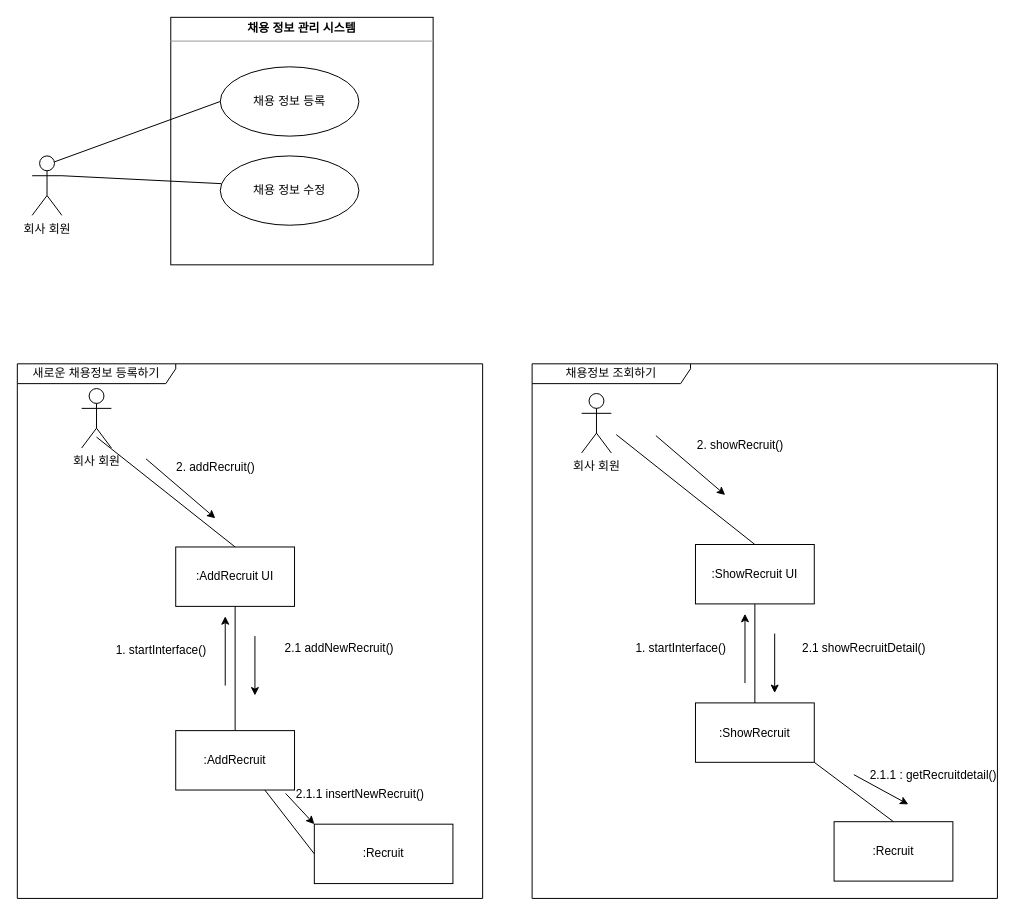
Earlier version of the draw.io diagram docu/CommunicationDiagramHw3_B711151_이창현.drawio (2ch42/SEHW3). Source tidied: cells renumbered, new cells numbered last; positions are measured from the earlier drawing's top-left corner, leaving out a move shared by most shapes. Both pictures are drawn from the tidied source at 99%, with x=0, y=0 at pixel (17, 17).
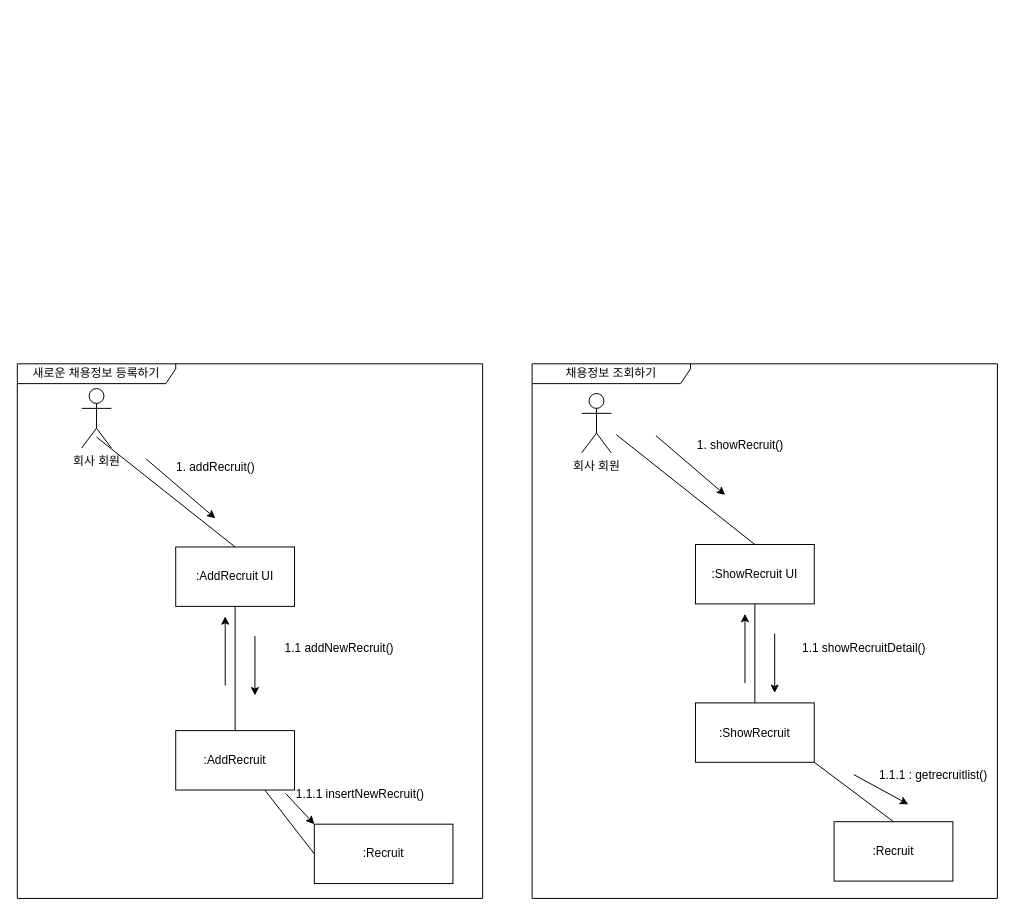
After the change.

What changed in the source:
```diff
@@
-    <mxCell id="2" value="&lt;p style=&quot;margin:0px;margin-top:4px;text-align:center;&quot;&gt;&lt;b&gt;채용 정보 관리 시스템&lt;/b&gt;&lt;/p&gt;&lt;hr size=&quot;1&quot;&gt;&lt;div style=&quot;height:2px;&quot;&gt;&lt;/div&gt;" style="verticalAlign=top;align=left;overflow=fill;fontSize=12;fontFamily=Helvetica;html=1;whiteSpace=wrap;" parent="1" vertex="1">
-      <mxGeometry x="155" width="265" height="250" as="geometry" />
-    </mxCell>
-    <mxCell id="3" value="회사 회원" style="shape=umlActor;verticalLabelPosition=bottom;verticalAlign=top;html=1;" parent="1" vertex="1">
-      <mxGeometry x="15" y="140" width="30" height="60" as="geometry" />
-    </mxCell>
-    <mxCell id="4" value="채용 정보 등록" style="ellipse;whiteSpace=wrap;html=1;" parent="1" vertex="1">
-      <mxGeometry x="205" y="50" width="140" height="70" as="geometry" />
-    </mxCell>
-    <mxCell id="5" value="채용 정보 수정" style="ellipse;whiteSpace=wrap;html=1;" parent="1" vertex="1">
-      <mxGeometry x="205" y="140" width="140" height="70" as="geometry" />
-    </mxCell>
-    <mxCell id="6" style="endArrow=none;html=1;rounded=0;entryX=0;entryY=0.5;entryDx=0;entryDy=0;exitX=0.75;exitY=0.1;exitDx=0;exitDy=0;exitPerimeter=0;" parent="1" edge="1" source="3" target="4">
-      <mxGeometry relative="1" as="geometry" />
-    </mxCell>
-    <mxCell id="7" style="endArrow=none;html=1;rounded=0;entryX=0.007;entryY=0.4;entryDx=0;entryDy=0;entryPerimeter=0;exitX=1;exitY=0.3333333333333333;exitDx=0;exitDy=0;exitPerimeter=0;" parent="1" edge="1" source="3" target="5">
-      <mxGeometry relative="1" as="geometry" />
-    </mxCell>
@@
-    <mxCell id="17" value="1. startInterface()" style="text;html=1;align=center;verticalAlign=middle;strokeColor=none;fillColor=none;" parent="1" vertex="1">
-      <mxGeometry x="90" y="625" width="110" height="30" as="geometry" />
-    </mxCell>
@@
-    <mxCell id="19" value="2. addRecruit()" style="text;html=1;align=center;verticalAlign=middle;strokeColor=none;fillColor=none;" parent="1" vertex="1">
+    <mxCell id="19" value="1. addRecruit()" style="text;html=1;align=center;verticalAlign=middle;strokeColor=none;fillColor=none;" parent="1" vertex="1">
       <mxGeometry x="150" y="440" width="100" height="30" as="geometry" />
     </mxCell>
@@
-    <mxCell id="30" value="1. startInterface()" style="text;html=1;align=center;verticalAlign=middle;strokeColor=none;fillColor=none;" parent="1" vertex="1">
-      <mxGeometry x="615" y="622.5" width="110" height="30" as="geometry" />
-    </mxCell>
@@
-    <mxCell id="32" value="2. showRecruit()" style="text;html=1;align=center;verticalAlign=middle;strokeColor=none;fillColor=none;" parent="1" vertex="1">
+    <mxCell id="32" value="1. showRecruit()" style="text;html=1;align=center;verticalAlign=middle;strokeColor=none;fillColor=none;" parent="1" vertex="1">
       <mxGeometry x="675" y="417.5" width="110" height="30" as="geometry" />
     </mxCell>
-    <mxCell id="33" value="2.1.1 : getRecruitdetail()" style="text;html=1;align=center;verticalAlign=middle;strokeColor=none;fillColor=none;" parent="1" vertex="1">
-      <mxGeometry x="850" y="750.5" width="150" height="30" as="geometry" />
+    <mxCell id="33" value="1.1.1 : getrecruitlist()" style="text;html=1;align=center;verticalAlign=middle;strokeColor=none;fillColor=none;" parent="1" vertex="1">
+      <mxGeometry x="860" y="750.5" width="130" height="30" as="geometry" />
     </mxCell>
@@
-    <mxCell id="36" value="2.1.1 insertNewRecruit()" style="text;html=1;align=center;verticalAlign=middle;strokeColor=none;fillColor=none;" parent="1" vertex="1">
+    <mxCell id="36" value="1.1.1 insertNewRecruit()" style="text;html=1;align=center;verticalAlign=middle;strokeColor=none;fillColor=none;" parent="1" vertex="1">
       <mxGeometry x="270.5" y="770" width="150" height="30" as="geometry" />
     </mxCell>
@@
-    <mxCell id="38" value="2.1 addNewRecruit()" style="text;html=1;align=center;verticalAlign=middle;strokeColor=none;fillColor=none;" parent="1" vertex="1">
+    <mxCell id="38" value="1.1 addNewRecruit()" style="text;html=1;align=center;verticalAlign=middle;strokeColor=none;fillColor=none;" parent="1" vertex="1">
       <mxGeometry x="260" y="622.5" width="130" height="30" as="geometry" />
     </mxCell>
-    <mxCell id="39" value="2.1 showRecruitDetail()" style="text;html=1;align=center;verticalAlign=middle;strokeColor=none;fillColor=none;" parent="1" vertex="1">
+    <mxCell id="39" value="1.1 showRecruitDetail()" style="text;html=1;align=center;verticalAlign=middle;strokeColor=none;fillColor=none;" parent="1" vertex="1">
       <mxGeometry x="780" y="622.5" width="150" height="30" as="geometry" />
     </mxCell>
```
